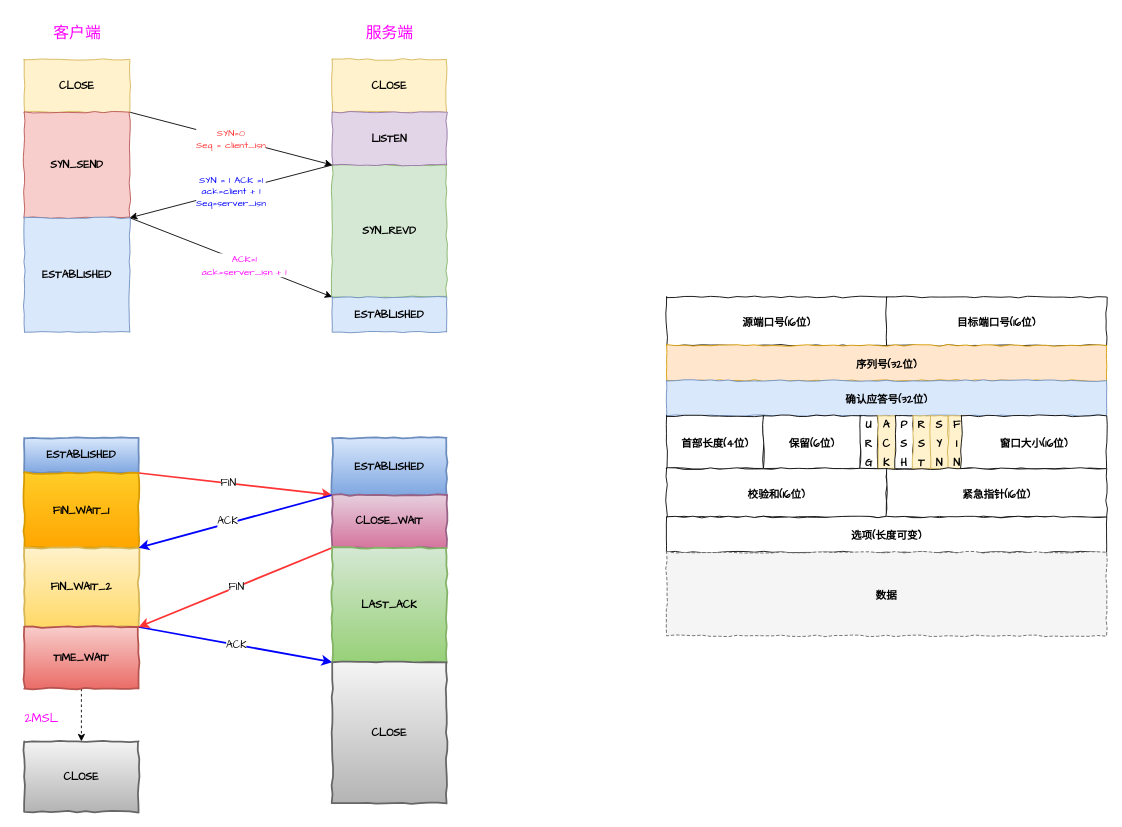
The draw.io diagram Untitled Diagram.drawio in hsoopyao/images, before the edit. Source tidied: cells renumbered, new cells numbered last; positions are measured from the earlier drawing's top-left corner, leaving out a move shared by most shapes. Both pictures are drawn from the tidied source at 88%, with x=0, y=0 at pixel (15, 15).
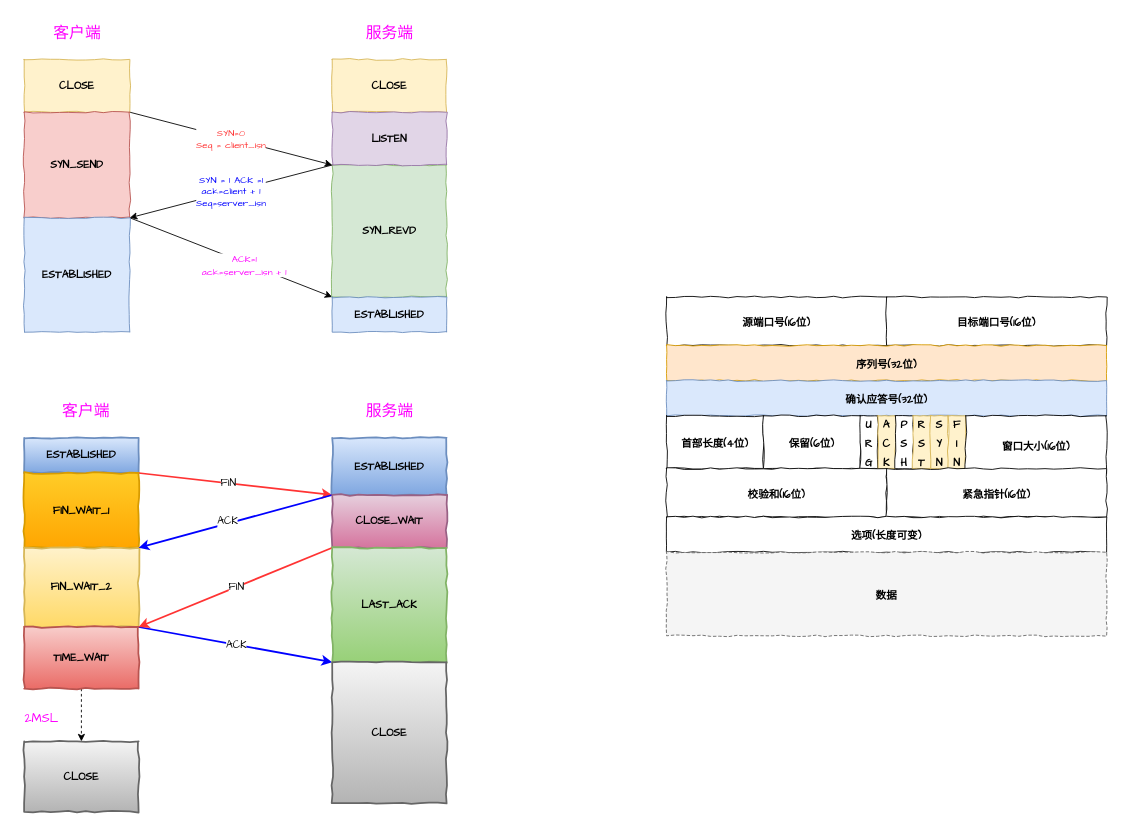
The same diagram, later.

Change to the diagram source:
```diff
@@
     <mxCell id="28" value="&lt;font color=&quot;#000000&quot;&gt;&lt;span style=&quot;font-size: 12px;&quot;&gt;&lt;b&gt;窗口大小(16位)&lt;/b&gt;&lt;/span&gt;&lt;/font&gt;" style="rounded=0;whiteSpace=wrap;html=1;comic=1;fontFamily=Comic Sans MS;fontSize=18;fontColor=#FF00FF;" parent="1" vertex="1">
-      <mxGeometry x="1075" y="455" width="165" height="60" as="geometry" />
+      <mxGeometry x="1080" y="455" width="160" height="65" as="geometry" />
     </mxCell>
@@
+    <mxCell id="52" value="&lt;font style=&quot;font-size: 18px;&quot;&gt;客户端&lt;/font&gt;" style="text;html=1;align=center;verticalAlign=middle;strokeColor=none;fillColor=none;fontFamily=Comic Sans MS;fontColor=#FF00FF;" parent="1" vertex="1">
+      <mxGeometry x="40" y="430" width="80" height="40" as="geometry" />
+    </mxCell>
+    <mxCell id="53" value="&lt;font style=&quot;font-size: 18px;&quot;&gt;服务端&lt;/font&gt;" style="text;html=1;align=center;verticalAlign=middle;strokeColor=none;fillColor=none;fontFamily=Comic Sans MS;fontColor=#FF00FF;" parent="1" vertex="1">
+      <mxGeometry x="385" y="430" width="80" height="40" as="geometry" />
+    </mxCell>
```
